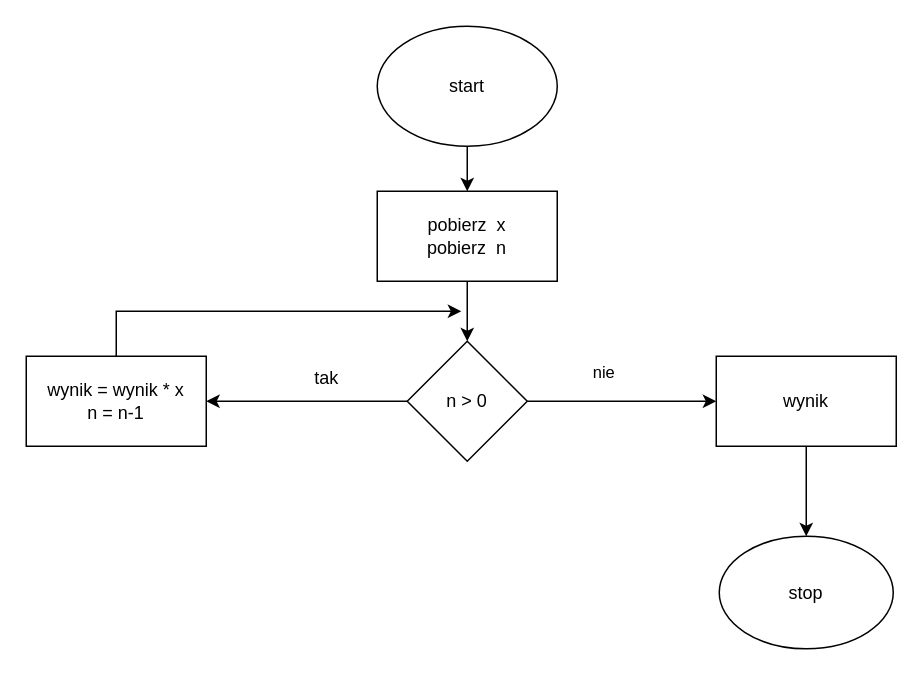
adamczewskyy/algorytmy keeps this draw.io diagram as potęgi.drawio. Above is the earlier version. Source tidied: cells renumbered, new cells numbered last; positions are measured from the earlier drawing's top-left corner, leaving out a move shared by most shapes. Both pictures are drawn from the tidied source at 150%, with x=0, y=0 at pixel (26, 26).
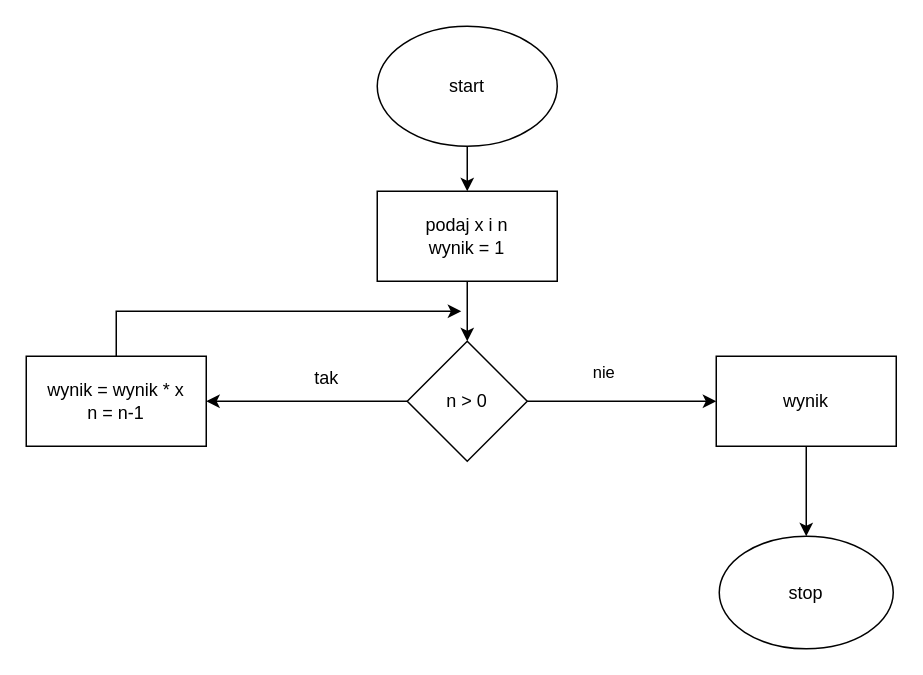
Above is the later version.

The edit, as a diff of the source:
```diff
@@
 <mxGraphModel>
   <root>
     <mxCell id="0" />
     <mxCell id="1" parent="0" />
     <mxCell id="2" style="edgeStyle=orthogonalEdgeStyle;rounded=0;jettySize=auto;html=1;" parent="1" edge="1" source="3" target="5">
       <mxGeometry relative="1" as="geometry" />
     </mxCell>
     <mxCell id="3" value="start" style="ellipse;whiteSpace=wrap;html=1;" parent="1" vertex="1">
       <mxGeometry x="234" width="120" height="80" as="geometry" />
     </mxCell>
     <mxCell id="4" style="edgeStyle=orthogonalEdgeStyle;rounded=0;jettySize=auto;html=1;" parent="1" edge="1" source="5">
       <mxGeometry relative="1" as="geometry">
         <mxPoint x="294" y="210" as="targetPoint" />
       </mxGeometry>
     </mxCell>
-    <mxCell id="5" value="pobierz&amp;nbsp; x&lt;br&gt;pobierz&amp;nbsp; n" style="rounded=0;whiteSpace=wrap;html=1;" parent="1" vertex="1">
+    <mxCell id="5" value="podaj x i n&lt;br&gt;wynik = 1" style="rounded=0;whiteSpace=wrap;html=1;" parent="1" vertex="1">
       <mxGeometry x="234" y="110" width="120" height="60" as="geometry" />
     </mxCell>
     <mxCell id="6" value="stop" style="ellipse;whiteSpace=wrap;html=1;" parent="1" vertex="1">
       <mxGeometry x="462" y="340" width="116" height="75" as="geometry" />
     </mxCell>
     <mxCell id="7" style="edgeStyle=orthogonalEdgeStyle;rounded=0;jettySize=auto;html=1;" parent="1" edge="1" source="10" target="12">
       <mxGeometry relative="1" as="geometry" />
     </mxCell>
     <mxCell id="8" value="nie" style="edgeLabel;html=1;align=center;verticalAlign=middle;" parent="7" vertex="1">
       <mxGeometry x="-0.21" y="-5" relative="1" as="geometry">
         <mxPoint y="-25" as="offset" />
       </mxGeometry>
     </mxCell>
     <mxCell id="9" style="edgeStyle=orthogonalEdgeStyle;rounded=0;jettySize=auto;html=1;entryX=1;entryY=0.5;entryDx=0;entryDy=0;" parent="1" edge="1" source="10" target="14">
       <mxGeometry relative="1" as="geometry" />
     </mxCell>
     <mxCell id="10" value="n &amp;gt; 0" style="rhombus;whiteSpace=wrap;html=1;" parent="1" vertex="1">
       <mxGeometry x="254" y="210" width="80" height="80" as="geometry" />
     </mxCell>
     <mxCell id="11" style="edgeStyle=orthogonalEdgeStyle;rounded=0;jettySize=auto;html=1;" parent="1" edge="1" source="12" target="6">
       <mxGeometry relative="1" as="geometry" />
     </mxCell>
     <mxCell id="12" value="wynik" style="rounded=0;whiteSpace=wrap;html=1;" parent="1" vertex="1">
       <mxGeometry x="460" y="220" width="120" height="60" as="geometry" />
     </mxCell>
     <mxCell id="13" style="edgeStyle=orthogonalEdgeStyle;rounded=0;jettySize=auto;html=1;" parent="1" edge="1" source="14">
       <mxGeometry relative="1" as="geometry">
         <mxPoint x="290" y="190" as="targetPoint" />
         <Array as="points">
           <mxPoint x="60" y="190" />
         </Array>
       </mxGeometry>
     </mxCell>
     <mxCell id="14" value="wynik = wynik * x&lt;br&gt;n = n-1" style="rounded=0;whiteSpace=wrap;html=1;" parent="1" vertex="1">
       <mxGeometry y="220" width="120" height="60" as="geometry" />
     </mxCell>
     <mxCell id="15" value="tak" style="text;html=1;align=center;verticalAlign=middle;strokeColor=none;fillColor=none;" parent="1" vertex="1">
       <mxGeometry x="180" y="220" width="40" height="30" as="geometry" />
     </mxCell>
   </root>
 </mxGraphModel>
```
